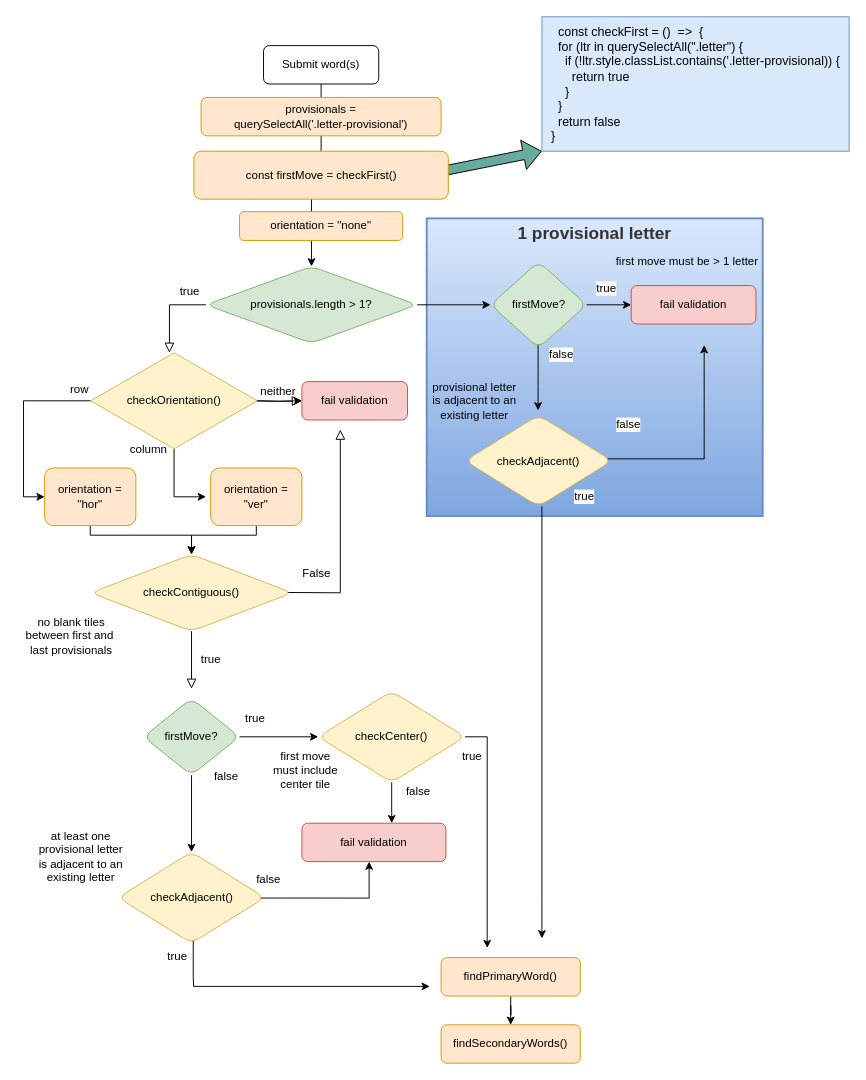
The draw.io diagram Untitled Diagram.drawio in davebenjoya/scrooble, before the edit. Source tidied: cells renumbered, new cells numbered last; positions are measured from the earlier drawing's top-left corner, leaving out a move shared by most shapes. Both pictures are drawn from the tidied source at 96%, with x=0, y=0 at pixel (23, 16).
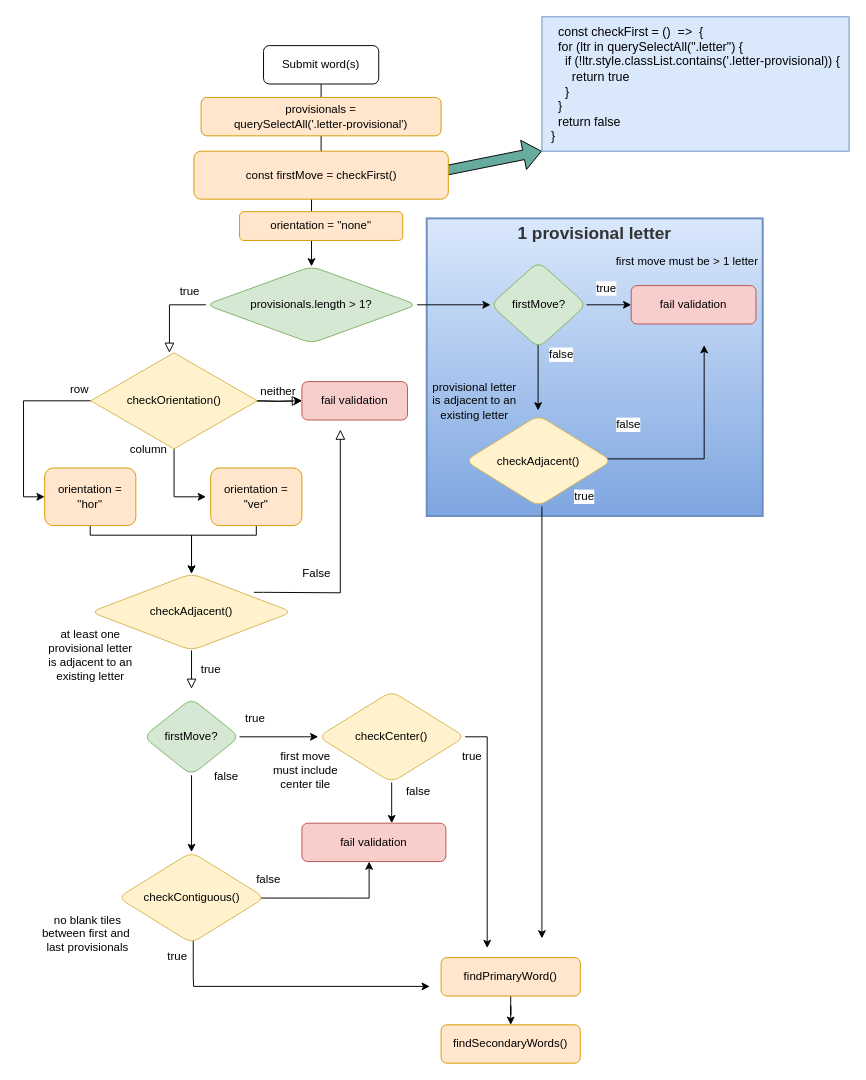
The same diagram, later.

The edit, as a diff of the source:
```diff
@@
-    <mxCell id="17" value="checkContiguous()" style="rhombus;whiteSpace=wrap;html=1;shadow=0;fontFamily=Helvetica;fontSize=12;align=center;strokeWidth=1;fillColor=#fff2cc;strokeColor=#d6b656;rounded=1;glass=0;" parent="1" vertex="1">
-      <mxGeometry x="70" y="560" width="210" height="80" as="geometry" />
+    <mxCell id="17" value="&lt;span&gt;checkAdjacent()&lt;/span&gt;" style="rhombus;whiteSpace=wrap;html=1;shadow=0;fontFamily=Helvetica;fontSize=12;align=center;strokeWidth=1;fillColor=#fff2cc;strokeColor=#d6b656;rounded=1;glass=0;" parent="1" vertex="1">
+      <mxGeometry x="70" y="580" width="210" height="80" as="geometry" />
     </mxCell>
@@
     <mxCell id="50" value="no blank tiles between first and&amp;nbsp; last provisionals" style="text;html=1;strokeColor=none;fillColor=none;align=center;verticalAlign=middle;whiteSpace=wrap;rounded=0;fontSize=12;" parent="1" vertex="1">
-      <mxGeometry y="620" width="100" height="50" as="geometry" />
+      <mxGeometry x="17" y="930" width="100" height="50" as="geometry" />
     </mxCell>
@@
-    <mxCell id="54" value="checkAdjacent()" style="rhombus;whiteSpace=wrap;html=1;rounded=1;shadow=0;strokeWidth=1;glass=0;strokeColor=#d6b656;fillColor=#fff2cc;fontSize=12;" parent="1" vertex="1">
+    <mxCell id="54" value="checkContiguous()" style="rhombus;whiteSpace=wrap;html=1;rounded=1;shadow=0;strokeWidth=1;glass=0;strokeColor=#d6b656;fillColor=#fff2cc;fontSize=12;" parent="1" vertex="1">
       <mxGeometry x="98.5" y="870" width="153" height="95" as="geometry" />
     </mxCell>
@@
     <mxCell id="62" value="at least one provisional letter is adjacent to an existing letter" style="text;html=1;strokeColor=none;fillColor=none;align=center;verticalAlign=middle;whiteSpace=wrap;rounded=0;fontSize=12;" parent="1" vertex="1">
-      <mxGeometry x="10" y="850" width="100" height="50" as="geometry" />
+      <mxGeometry x="19.5" y="640" width="100" height="50" as="geometry" />
     </mxCell>
```
